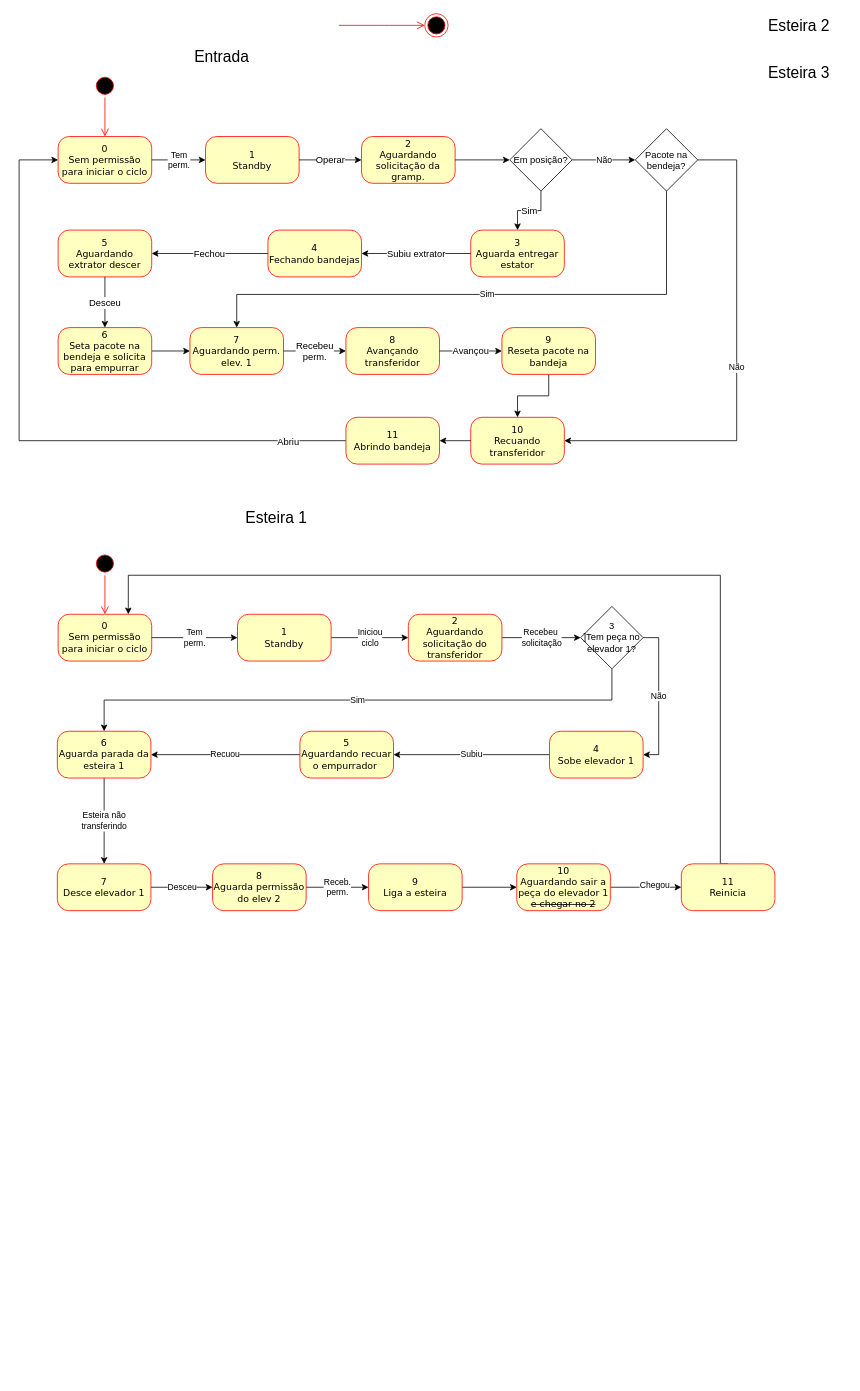
This is estadosEsteira.drawio from JonanMuller/M04196N03_Grampeadeira, a draw.io file, before an edit. Source tidied: cells renumbered, new cells numbered last; positions are measured from the earlier drawing's top-left corner, leaving out a move shared by most shapes. Both pictures are drawn from the tidied source at 78%, with x=0, y=0 at pixel (19, 13).
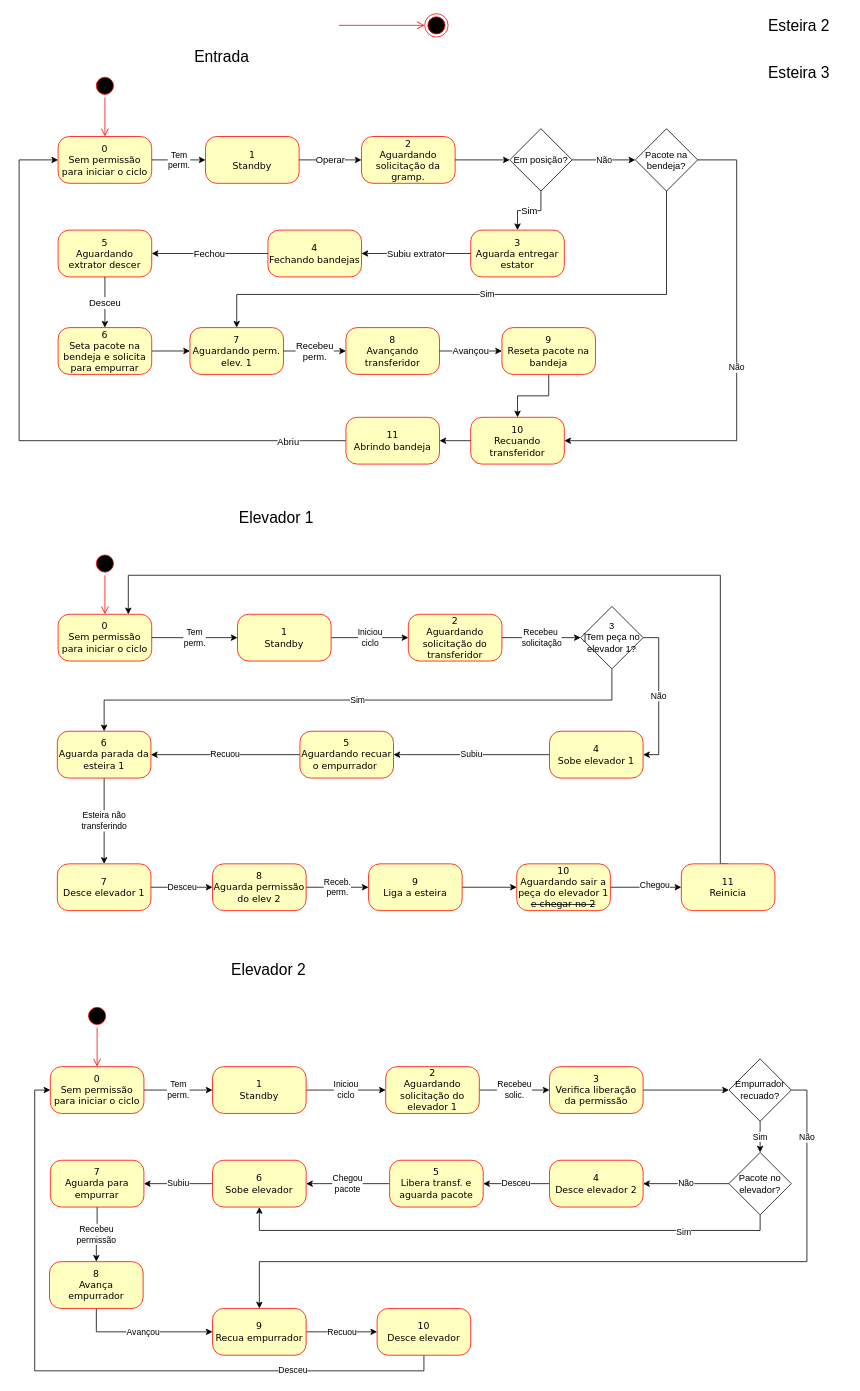
After the change.

Change to the diagram source:
```diff
@@
-    <mxCell id="2" value="Esteira 1" style="text;html=1;strokeColor=none;fillColor=none;align=center;verticalAlign=middle;whiteSpace=wrap;rounded=0;fontSize=20;" parent="1" vertex="1">
+    <mxCell id="2" value="Elevador 1" style="text;html=1;strokeColor=none;fillColor=none;align=center;verticalAlign=middle;whiteSpace=wrap;rounded=0;fontSize=20;" parent="1" vertex="1">
       <mxGeometry x="270" y="630" width="120" height="30" as="geometry" />
     </mxCell>
@@
+    <mxCell id="69" value="Elevador 2" style="text;html=1;strokeColor=none;fillColor=none;align=center;verticalAlign=middle;whiteSpace=wrap;rounded=0;fontSize=20;" parent="1" vertex="1">
+      <mxGeometry x="260" y="1210" width="120" height="30" as="geometry" />
+    </mxCell>
+    <mxCell id="70" style="ellipse;html=1;shape=startState;fillColor=#000000;strokeColor=#ff0000;rounded=1;shadow=0;comic=0;labelBackgroundColor=none;fontFamily=Verdana;fontSize=12;fontColor=#000000;align=center;direction=south;" parent="1" vertex="1">
+      <mxGeometry x="85" y="1270" width="30" height="30" as="geometry" />
+    </mxCell>
+    <mxCell id="71" value="0&lt;br&gt;Sem permissão para iniciar o ciclo" style="rounded=1;whiteSpace=wrap;html=1;arcSize=24;fillColor=#ffffc0;strokeColor=#ff0000;shadow=0;comic=0;labelBackgroundColor=none;fontFamily=Verdana;fontSize=12;fontColor=#000000;align=center;" parent="1" vertex="1">
+      <mxGeometry x="40" y="1350" width="120" height="60" as="geometry" />
+    </mxCell>
+    <mxCell id="72" value="Iniciou&lt;br&gt;ciclo" style="edgeStyle=orthogonalEdgeStyle;rounded=0;jettySize=auto;html=1;" parent="1" edge="1" source="73" target="91">
+      <mxGeometry relative="1" as="geometry" />
+    </mxCell>
+    <mxCell id="73" value="1&lt;br&gt;Standby" style="rounded=1;whiteSpace=wrap;html=1;arcSize=24;fillColor=#ffffc0;strokeColor=#ff0000;shadow=0;comic=0;labelBackgroundColor=none;fontFamily=Verdana;fontSize=12;fontColor=#000000;align=center;" parent="1" vertex="1">
+      <mxGeometry x="248" y="1350" width="120" height="60" as="geometry" />
+    </mxCell>
+    <mxCell id="74" value="Tem&lt;br&gt;perm." style="edgeStyle=orthogonalEdgeStyle;rounded=0;jettySize=auto;html=1;" parent="1" edge="1" source="71" target="73">
+      <mxGeometry relative="1" as="geometry" />
+    </mxCell>
+    <mxCell id="75" style="edgeStyle=orthogonalEdgeStyle;html=1;labelBackgroundColor=none;endArrow=open;endSize=8;strokeColor=#ff0000;fontFamily=Verdana;fontSize=12;align=left;entryX=0.5;entryY=0;entryDx=0;entryDy=0;" parent="1" edge="1" source="70" target="71">
+      <mxGeometry relative="1" as="geometry" />
+    </mxCell>
+    <mxCell id="76" value="Desceu" style="edgeStyle=orthogonalEdgeStyle;rounded=0;jettySize=auto;html=1;exitX=0;exitY=0.5;exitDx=0;exitDy=0;entryX=1;entryY=0.5;entryDx=0;entryDy=0;" parent="1" edge="1" source="77" target="80">
+      <mxGeometry relative="1" as="geometry" />
+    </mxCell>
+    <mxCell id="77" value="4&lt;br&gt;Desce elevador 2" style="rounded=1;whiteSpace=wrap;html=1;arcSize=24;fillColor=#ffffc0;strokeColor=#ff0000;shadow=0;comic=0;labelBackgroundColor=none;fontFamily=Verdana;fontSize=12;fontColor=#000000;align=center;" parent="1" vertex="1">
+      <mxGeometry x="680" y="1470" width="120" height="60" as="geometry" />
+    </mxCell>
+    <mxCell id="78" value="Subiu" style="edgeStyle=orthogonalEdgeStyle;rounded=0;jettySize=auto;html=1;startArrow=none;" parent="1" edge="1" source="100" target="93">
+      <mxGeometry relative="1" as="geometry" />
+    </mxCell>
+    <mxCell id="79" value="Chegou&lt;br&gt;pacote" style="edgeStyle=orthogonalEdgeStyle;rounded=0;jettySize=auto;html=1;" parent="1" edge="1" source="80" target="100">
+      <mxGeometry relative="1" as="geometry" />
+    </mxCell>
+    <mxCell id="80" value="5&lt;br&gt;Libera transf. e aguarda pacote" style="rounded=1;whiteSpace=wrap;html=1;arcSize=24;fillColor=#ffffc0;strokeColor=#ff0000;shadow=0;comic=0;labelBackgroundColor=none;fontFamily=Verdana;fontSize=12;fontColor=#000000;align=center;" parent="1" vertex="1">
+      <mxGeometry x="475" y="1470" width="120" height="60" as="geometry" />
+    </mxCell>
+    <mxCell id="81" style="edgeStyle=orthogonalEdgeStyle;rounded=0;jettySize=auto;html=1;exitX=0.5;exitY=1;exitDx=0;exitDy=0;entryX=0;entryY=0.5;entryDx=0;entryDy=0;" parent="1" edge="1" source="83" target="71">
+      <mxGeometry relative="1" as="geometry" />
+    </mxCell>
+    <mxCell id="82" value="Desceu" style="edgeLabel;html=1;align=center;verticalAlign=middle;" parent="81" vertex="1">
+      <mxGeometry x="-0.58" y="-2" relative="1" as="geometry" />
+    </mxCell>
+    <mxCell id="83" value="10&lt;br&gt;Desce elevador" style="rounded=1;whiteSpace=wrap;html=1;arcSize=24;fillColor=#ffffc0;strokeColor=#ff0000;shadow=0;comic=0;labelBackgroundColor=none;fontFamily=Verdana;fontSize=12;fontColor=#000000;align=center;" parent="1" vertex="1">
+      <mxGeometry x="459" y="1660" width="120" height="60" as="geometry" />
+    </mxCell>
+    <mxCell id="84" value="Recuou" style="edgeStyle=orthogonalEdgeStyle;rounded=0;jettySize=auto;html=1;" parent="1" edge="1" source="85" target="83">
+      <mxGeometry relative="1" as="geometry" />
+    </mxCell>
+    <mxCell id="85" value="9&lt;br&gt;Recua empurrador" style="rounded=1;whiteSpace=wrap;html=1;arcSize=24;fillColor=#ffffc0;strokeColor=#ff0000;shadow=0;comic=0;labelBackgroundColor=none;fontFamily=Verdana;fontSize=12;fontColor=#000000;align=center;" parent="1" vertex="1">
+      <mxGeometry x="248" y="1660" width="120" height="60" as="geometry" />
+    </mxCell>
+    <mxCell id="86" value="Sim" style="edgeStyle=orthogonalEdgeStyle;rounded=0;jettySize=auto;html=1;" parent="1" edge="1" source="89" target="99">
+      <mxGeometry relative="1" as="geometry" />
+    </mxCell>
+    <mxCell id="87" style="edgeStyle=orthogonalEdgeStyle;rounded=0;jettySize=auto;html=1;exitX=1;exitY=0.5;exitDx=0;exitDy=0;" parent="1" edge="1" source="89" target="85">
+      <mxGeometry relative="1" as="geometry">
+        <Array as="points">
+          <mxPoint x="1010" y="1380" />
+          <mxPoint x="1010" y="1600" />
+          <mxPoint x="308" y="1600" />
+        </Array>
+      </mxGeometry>
+    </mxCell>
+    <mxCell id="88" value="Não" style="edgeLabel;html=1;align=center;verticalAlign=middle;" parent="87" vertex="1">
+      <mxGeometry x="-0.84" y="-1" relative="1" as="geometry" />
+    </mxCell>
+    <mxCell id="89" value="Empurrador recuado?" style="rhombus;whiteSpace=wrap;html=1;" parent="1" vertex="1">
+      <mxGeometry x="910" y="1340" width="80" height="80" as="geometry" />
+    </mxCell>
+    <mxCell id="90" value="Recebeu&lt;br&gt;solic." style="edgeStyle=orthogonalEdgeStyle;rounded=0;jettySize=auto;html=1;" parent="1" edge="1" source="91" target="95">
+      <mxGeometry relative="1" as="geometry" />
+    </mxCell>
+    <mxCell id="91" value="2&lt;br&gt;Aguardando&lt;br&gt;solicitação do elevador 1" style="rounded=1;whiteSpace=wrap;html=1;arcSize=24;fillColor=#ffffc0;strokeColor=#ff0000;shadow=0;comic=0;labelBackgroundColor=none;fontFamily=Verdana;fontSize=12;fontColor=#000000;align=center;" parent="1" vertex="1">
+      <mxGeometry x="470" y="1350" width="120" height="60" as="geometry" />
+    </mxCell>
+    <mxCell id="92" value="Recebeu&lt;br&gt;permissão" style="edgeStyle=orthogonalEdgeStyle;rounded=0;jettySize=auto;html=1;" parent="1" edge="1" source="93" target="102">
+      <mxGeometry relative="1" as="geometry" />
+    </mxCell>
+    <mxCell id="93" value="7&lt;br&gt;Aguarda para empurrar" style="rounded=1;whiteSpace=wrap;html=1;arcSize=24;fillColor=#ffffc0;strokeColor=#ff0000;shadow=0;comic=0;labelBackgroundColor=none;fontFamily=Verdana;fontSize=12;fontColor=#000000;align=center;" parent="1" vertex="1">
+      <mxGeometry x="40" y="1470" width="120" height="60" as="geometry" />
+    </mxCell>
+    <mxCell id="94" style="edgeStyle=orthogonalEdgeStyle;rounded=0;jettySize=auto;html=1;" parent="1" edge="1" source="95" target="89">
+      <mxGeometry relative="1" as="geometry" />
+    </mxCell>
+    <mxCell id="95" value="3&lt;br&gt;Verifica liberação&lt;br&gt;da permissão" style="rounded=1;whiteSpace=wrap;html=1;arcSize=24;fillColor=#ffffc0;strokeColor=#ff0000;shadow=0;comic=0;labelBackgroundColor=none;fontFamily=Verdana;fontSize=12;fontColor=#000000;align=center;" parent="1" vertex="1">
+      <mxGeometry x="680" y="1350" width="120" height="60" as="geometry" />
+    </mxCell>
+    <mxCell id="96" value="Não" style="edgeStyle=orthogonalEdgeStyle;rounded=0;jettySize=auto;html=1;" parent="1" edge="1" source="99" target="77">
+      <mxGeometry relative="1" as="geometry" />
+    </mxCell>
+    <mxCell id="97" style="edgeStyle=orthogonalEdgeStyle;rounded=0;jettySize=auto;html=1;exitX=0.5;exitY=1;exitDx=0;exitDy=0;entryX=0.5;entryY=1;entryDx=0;entryDy=0;" parent="1" edge="1" source="99" target="100">
+      <mxGeometry relative="1" as="geometry" />
+    </mxCell>
+    <mxCell id="98" value="Sim" style="edgeLabel;html=1;align=center;verticalAlign=middle;" parent="97" vertex="1">
+      <mxGeometry x="-0.66" y="1" relative="1" as="geometry">
+        <mxPoint x="-1" as="offset" />
+      </mxGeometry>
+    </mxCell>
+    <mxCell id="99" value="Pacote no&lt;br&gt;elevador?" style="rhombus;whiteSpace=wrap;html=1;" parent="1" vertex="1">
+      <mxGeometry x="910" y="1460" width="80" height="80" as="geometry" />
+    </mxCell>
+    <mxCell id="100" value="6&lt;br&gt;Sobe elevador" style="rounded=1;whiteSpace=wrap;html=1;arcSize=24;fillColor=#ffffc0;strokeColor=#ff0000;shadow=0;comic=0;labelBackgroundColor=none;fontFamily=Verdana;fontSize=12;fontColor=#000000;align=center;" parent="1" vertex="1">
+      <mxGeometry x="248" y="1470" width="120" height="60" as="geometry" />
+    </mxCell>
+    <mxCell id="101" value="Avançou" style="edgeStyle=orthogonalEdgeStyle;rounded=0;jettySize=auto;html=1;exitX=0.5;exitY=1;exitDx=0;exitDy=0;" parent="1" edge="1" source="102" target="85">
+      <mxGeometry relative="1" as="geometry" />
+    </mxCell>
+    <mxCell id="102" value="8&lt;br&gt;Avança empurrador" style="rounded=1;whiteSpace=wrap;html=1;arcSize=24;fillColor=#ffffc0;strokeColor=#ff0000;shadow=0;comic=0;labelBackgroundColor=none;fontFamily=Verdana;fontSize=12;fontColor=#000000;align=center;" parent="1" vertex="1">
+      <mxGeometry x="39" y="1600" width="120" height="60" as="geometry" />
+    </mxCell>
```
